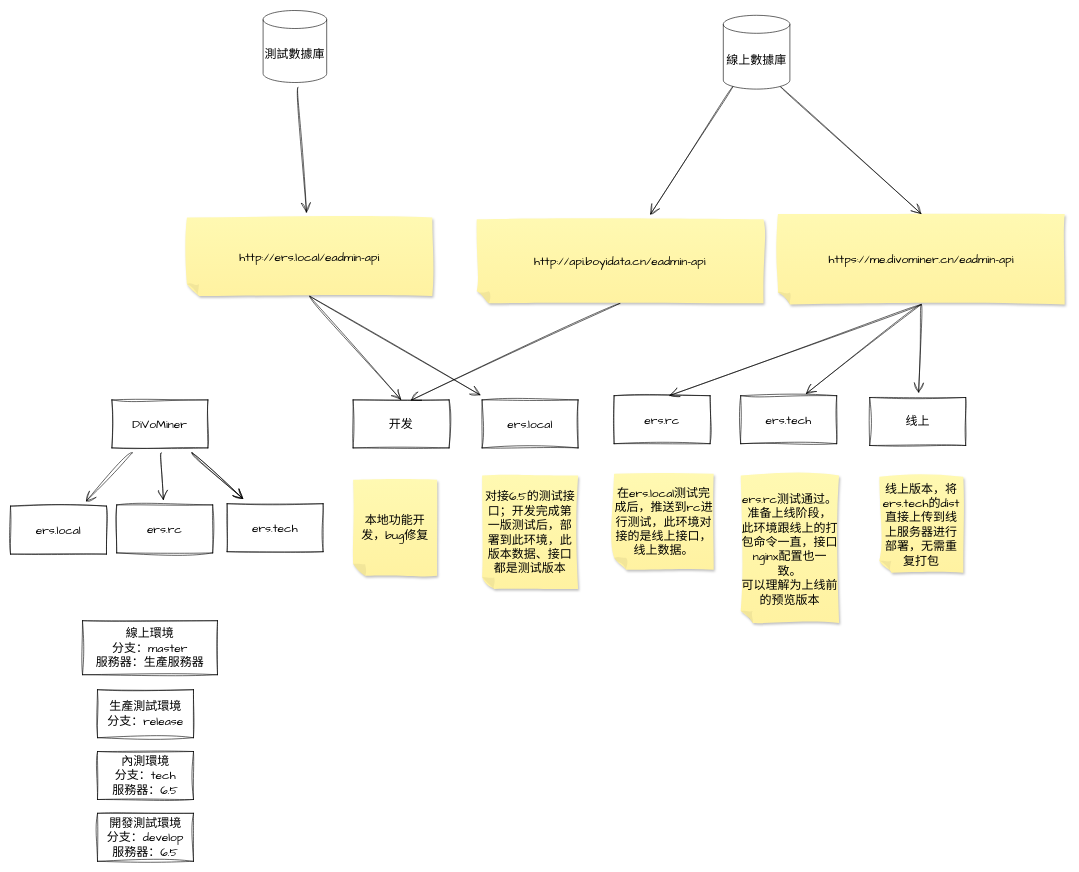
This is draw/DiVoMiner結構.drawio from YaoKaiPeng/z-my-draw.io, a draw.io file, before an edit. Source tidied: cells renumbered, new cells numbered last; positions are measured from the earlier drawing's top-left corner, leaving out a move shared by most shapes. Both pictures are drawn from the tidied source at 60%, with x=0, y=0 at pixel (10, 10).
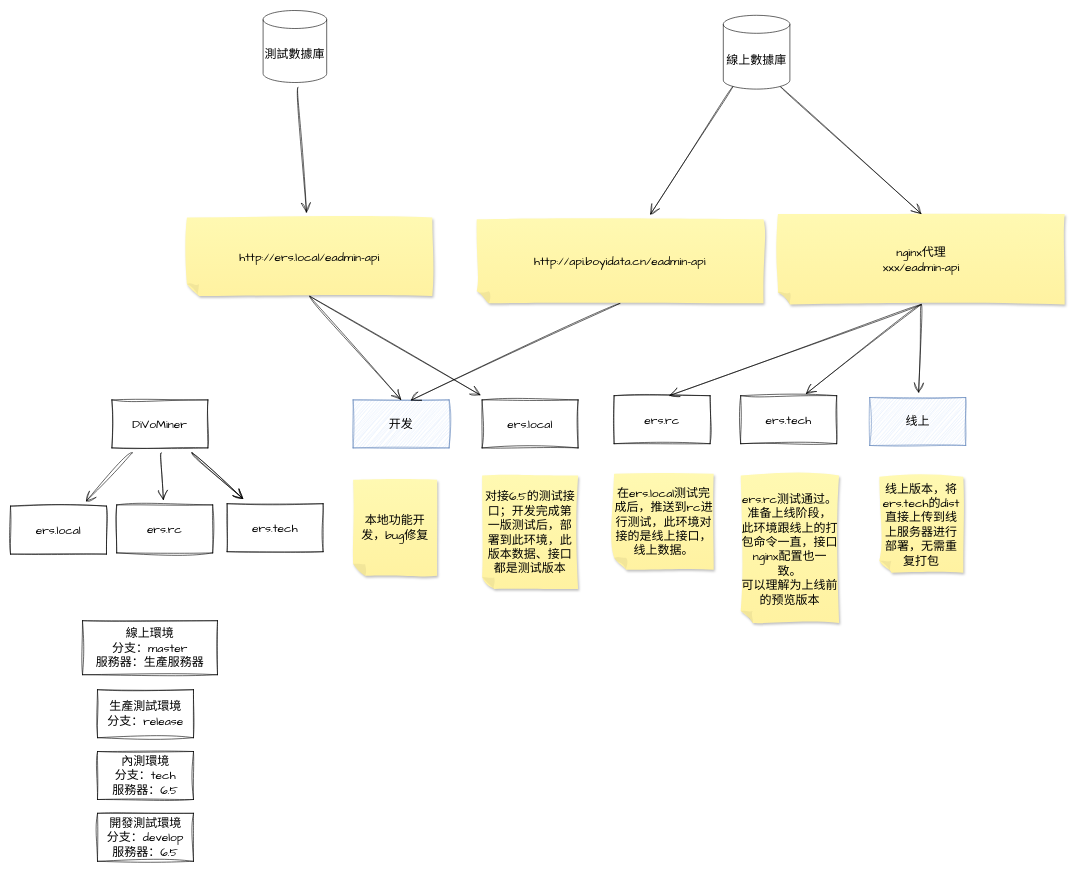
Above is the later version.

Change to the diagram source:
```diff
@@
-    <mxCell id="16" value="线上" style="rounded=0;whiteSpace=wrap;html=1;sketch=1;hachureGap=4;jiggle=2;curveFitting=1;fontFamily=Architects Daughter;fontSize=20;" parent="1" vertex="1">
+    <mxCell id="16" value="线上" style="rounded=0;whiteSpace=wrap;html=1;sketch=1;hachureGap=4;jiggle=2;curveFitting=1;fontFamily=Architects Daughter;fontSize=20;fillColor=#dae8fc;strokeColor=#6c8ebf;" parent="1" vertex="1">
       <mxGeometry x="1432" y="645" width="160" height="80" as="geometry" />
     </mxCell>
-    <mxCell id="17" value="开发" style="rounded=0;whiteSpace=wrap;html=1;sketch=1;hachureGap=4;jiggle=2;curveFitting=1;fontFamily=Architects Daughter;fontSize=20;" parent="1" vertex="1">
+    <mxCell id="17" value="开发" style="rounded=0;whiteSpace=wrap;html=1;sketch=1;hachureGap=4;jiggle=2;curveFitting=1;fontFamily=Architects Daughter;fontSize=20;fillColor=#dae8fc;strokeColor=#6c8ebf;" parent="1" vertex="1">
       <mxGeometry x="571" y="649" width="160" height="80" as="geometry" />
     </mxCell>
@@
-    <mxCell id="28" value="https://me.divominer.cn/eadmin-api" style="shape=note;whiteSpace=wrap;html=1;backgroundOutline=1;fontColor=#000000;darkOpacity=0.05;fillColor=#FFF9B2;strokeColor=none;fillStyle=solid;direction=west;gradientDirection=north;gradientColor=#FFF2A1;shadow=1;size=20;sketch=1;hachureGap=4;jiggle=2;curveFitting=1;fontFamily=Architects Daughter;fontSize=20;" parent="1" vertex="1">
+    <mxCell id="28" value="nginx代理&lt;br&gt;xxx/eadmin-api" style="shape=note;whiteSpace=wrap;html=1;backgroundOutline=1;fontColor=#000000;darkOpacity=0.05;fillColor=#FFF9B2;strokeColor=none;fillStyle=solid;direction=west;gradientDirection=north;gradientColor=#FFF2A1;shadow=1;size=20;sketch=1;hachureGap=4;jiggle=2;curveFitting=1;fontFamily=Architects Daughter;fontSize=20;" parent="1" vertex="1">
       <mxGeometry x="1279" y="339" width="478" height="151" as="geometry" />
     </mxCell>
```
